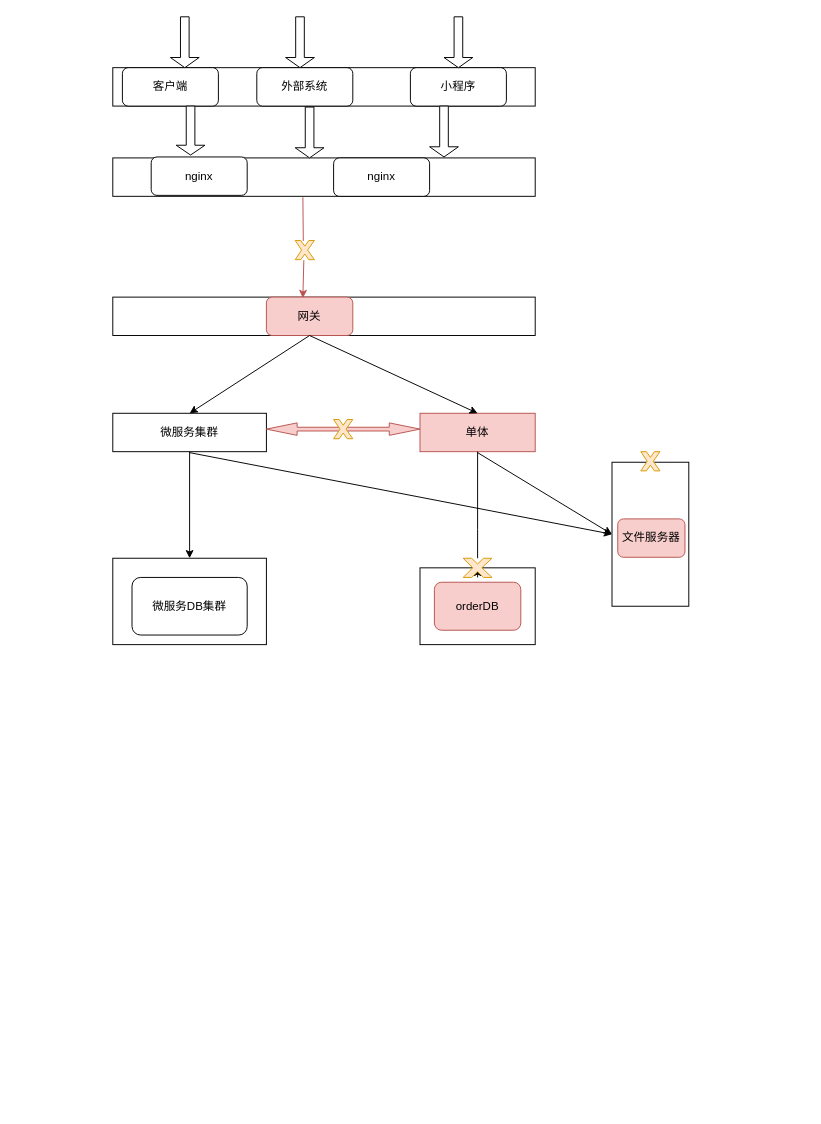
chenyong88/advanced-java keeps this draw.io diagram as docs/Untitled Diagram.drawio. Above is the earlier version. Source tidied: cells renumbered, new cells numbered last; positions are measured from the earlier drawing's top-left corner, leaving out a move shared by most shapes. Both pictures are drawn from the tidied source at 96%, with x=0, y=0 at pixel (112, 16).
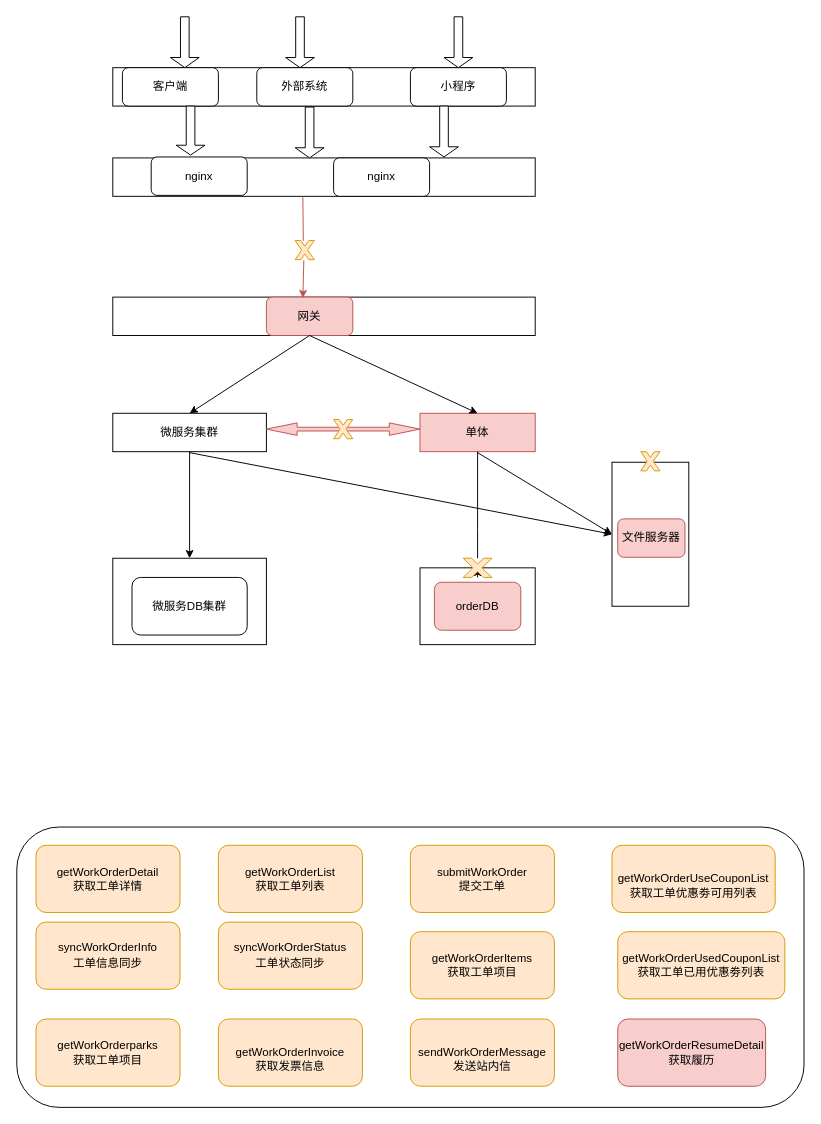
After the change.

Change to the diagram source:
```diff
@@
+    <mxCell id="40" style="rounded=1;whiteSpace=wrap;html=1;" parent="1" vertex="1">
+      <mxGeometry x="-100" y="844" width="820" height="292" as="geometry" />
+    </mxCell>
+    <mxCell id="41" value="&lt;div&gt;getWorkOrderDetail&lt;/div&gt;&lt;div&gt;获取工单详情&lt;/div&gt;" style="rounded=1;whiteSpace=wrap;html=1;fillColor=#ffe6cc;strokeColor=#d79b00;" parent="1" vertex="1">
+      <mxGeometry x="-80" y="863" width="150" height="70" as="geometry" />
+    </mxCell>
+    <mxCell id="42" value="&lt;div&gt;getWorkOrderList&lt;/div&gt;&lt;div&gt;获取工单列表&lt;/div&gt;" style="rounded=1;whiteSpace=wrap;html=1;fillColor=#ffe6cc;strokeColor=#d79b00;" parent="1" vertex="1">
+      <mxGeometry x="110" y="863" width="150" height="70" as="geometry" />
+    </mxCell>
+    <mxCell id="43" value="&lt;div&gt;submitWorkOrder&lt;/div&gt;&lt;div&gt;提交工单&lt;/div&gt;" style="rounded=1;whiteSpace=wrap;html=1;fillColor=#ffe6cc;strokeColor=#d79b00;" parent="1" vertex="1">
+      <mxGeometry x="310" y="863" width="150" height="70" as="geometry" />
+    </mxCell>
+    <mxCell id="44" value="&lt;div&gt;&lt;br&gt;&lt;div class=&quot;O0&quot; style=&quot;margin-top: 0pt ; margin-bottom: 0pt ; margin-left: 0.38in ; text-indent: -0.38in&quot;&gt;getWorkOrderUseCouponList&lt;/div&gt;&lt;/div&gt;&lt;div&gt;获取工单优惠劵可用列表&lt;/div&gt;" style="rounded=1;whiteSpace=wrap;html=1;fillColor=#ffe6cc;strokeColor=#d79b00;" parent="1" vertex="1">
+      <mxGeometry x="520" y="863" width="170" height="70" as="geometry" />
+    </mxCell>
+    <mxCell id="45" value="&lt;div&gt;getWorkOrderUsedCouponList&lt;/div&gt;&lt;div&gt;获取工单已用优惠劵列表&lt;/div&gt;" style="rounded=1;whiteSpace=wrap;html=1;fillColor=#ffe6cc;strokeColor=#d79b00;" parent="1" vertex="1">
+      <mxGeometry x="526" y="953" width="174" height="70" as="geometry" />
+    </mxCell>
+    <mxCell id="46" value="&lt;div&gt;&lt;br&gt;&lt;/div&gt;&lt;font color=&quot;rgba(0, 0, 0, 0)&quot; face=&quot;monospace&quot;&gt;&lt;span style=&quot;font-size: 0px&quot;&gt;syncWorkOrderInf&lt;/span&gt;&lt;/font&gt;&lt;span&gt;syncWorkOrderInfo&lt;br&gt;工单信息同步&lt;br&gt;&lt;/span&gt;&lt;font color=&quot;rgba(0, 0, 0, 0)&quot; face=&quot;monospace&quot;&gt;&lt;span style=&quot;font-size: 0px&quot;&gt;工单&lt;br&gt;&lt;/span&gt;&lt;/font&gt;" style="rounded=1;whiteSpace=wrap;html=1;fillColor=#ffe6cc;strokeColor=#d79b00;" parent="1" vertex="1">
+      <mxGeometry x="-80" y="943" width="150" height="70" as="geometry" />
+    </mxCell>
+    <mxCell id="47" value="&lt;div&gt;&lt;br&gt;&lt;/div&gt;&lt;span&gt;&lt;font color=&quot;#ba0000&quot; face=&quot;monospace&quot;&gt;&lt;span style=&quot;font-size: 0px&quot;&gt;syncWorkOrderStatus&lt;/span&gt;&lt;/font&gt;syncWorkOrderStatus&lt;br&gt;工单状态同步&lt;br&gt;&lt;/span&gt;&lt;font color=&quot;rgba(0, 0, 0, 0)&quot; face=&quot;monospace&quot;&gt;&lt;span style=&quot;font-size: 0px&quot;&gt;工单&lt;br&gt;&lt;/span&gt;&lt;/font&gt;" style="rounded=1;whiteSpace=wrap;html=1;fillColor=#ffe6cc;strokeColor=#d79b00;" parent="1" vertex="1">
+      <mxGeometry x="110" y="943" width="150" height="70" as="geometry" />
+    </mxCell>
+    <mxCell id="48" value="getWorkOrderItems&lt;br&gt;获取工单项目" style="rounded=1;whiteSpace=wrap;html=1;fillColor=#ffe6cc;strokeColor=#d79b00;" parent="1" vertex="1">
+      <mxGeometry x="310" y="953" width="150" height="70" as="geometry" />
+    </mxCell>
+    <mxCell id="49" value="&lt;div&gt;&lt;/div&gt;&lt;span style=&quot;text-indent: -0.38in&quot;&gt;getWorkOrderparks&lt;/span&gt;&lt;br&gt;获取工单项目&lt;span style=&quot;color: rgba(0 , 0 , 0 , 0) ; font-family: monospace ; font-size: 0px&quot;&gt;工单&lt;br&gt;&lt;/span&gt;" style="rounded=1;whiteSpace=wrap;html=1;fillColor=#ffe6cc;strokeColor=#d79b00;" parent="1" vertex="1">
+      <mxGeometry x="-80" y="1044" width="150" height="70" as="geometry" />
+    </mxCell>
+    <mxCell id="50" value="&lt;div&gt;&lt;br&gt;&lt;/div&gt;&lt;span style=&quot;text-indent: -0.38in&quot;&gt;getWorkOrderInvoice&lt;/span&gt;&lt;br&gt;获取发票信息&lt;span style=&quot;color: rgba(0 , 0 , 0 , 0) ; font-family: monospace ; font-size: 0px&quot;&gt;工单&lt;br&gt;&lt;/span&gt;" style="rounded=1;whiteSpace=wrap;html=1;fillColor=#ffe6cc;strokeColor=#d79b00;" parent="1" vertex="1">
+      <mxGeometry x="110" y="1044" width="150" height="70" as="geometry" />
+    </mxCell>
+    <mxCell id="51" value="&lt;div&gt;&lt;br&gt;&lt;/div&gt;&lt;span style=&quot;text-indent: -0.38in&quot;&gt;sendWorkOrderMessage&lt;/span&gt;&lt;br&gt;发送站内信&lt;span style=&quot;color: rgba(0 , 0 , 0 , 0) ; font-family: monospace ; font-size: 0px&quot;&gt;工单&lt;br&gt;&lt;/span&gt;" style="rounded=1;whiteSpace=wrap;html=1;fillColor=#ffe6cc;strokeColor=#d79b00;" parent="1" vertex="1">
+      <mxGeometry x="310" y="1044" width="150" height="70" as="geometry" />
+    </mxCell>
+    <mxCell id="52" value="&lt;div&gt;&lt;br&gt;&lt;/div&gt;&lt;span style=&quot;text-indent: -0.38in&quot;&gt;getWorkOrderResumeDetail&lt;br&gt;&lt;/span&gt;获取履历&lt;br&gt;&lt;span style=&quot;color: rgba(0 , 0 , 0 , 0) ; font-family: monospace ; font-size: 0px&quot;&gt;工单&lt;br&gt;&lt;/span&gt;" style="rounded=1;whiteSpace=wrap;html=1;fillColor=#f8cecc;strokeColor=#b85450;" parent="1" vertex="1">
+      <mxGeometry x="526" y="1044" width="154" height="70" as="geometry" />
+    </mxCell>
```
